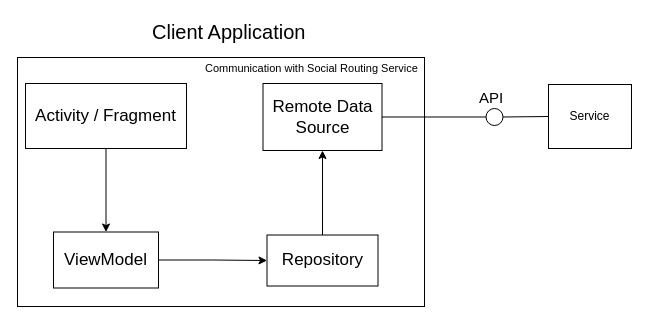
Above: system-structure/social-routing-cleint-application-structure.drawio in baltasarb/social-routing (draw.io), before the change. Source tidied: cells renumbered, new cells numbered last; positions are measured from the earlier drawing's top-left corner, leaving out a move shared by most shapes. Both pictures are drawn from the tidied source at 100%, with x=0, y=0 at pixel (17, 16).
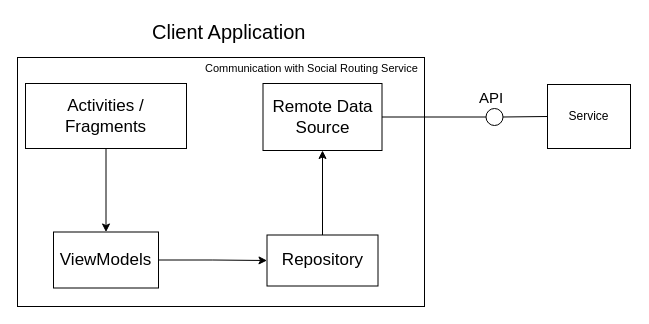
The same diagram, later.

Commit message (it also covers changes not shown here):
Update: Social Routing Client Application Structure

The edit, as a diff of the source:
```diff
@@
 <mxGraphModel>
   <root>
     <mxCell id="0" />
     <mxCell id="1" parent="0" />
     <mxCell id="2" style="rounded=0;whiteSpace=wrap;html=1;" parent="1" vertex="1">
       <mxGeometry y="41" width="407" height="249" as="geometry" />
     </mxCell>
     <mxCell id="3" value="&lt;font style=&quot;font-size: 20px&quot;&gt;Client Application&lt;/font&gt;&lt;br style=&quot;font-size: 17px&quot;&gt;" style="text;html=1;align=left;verticalAlign=top;spacingTop=-4;strokeColor=none;fillColor=none;fontSize=17;" parent="1" vertex="1">
       <mxGeometry x="132.5" y="0.5" width="164" height="21" as="geometry" />
     </mxCell>
     <mxCell id="4" value="Service" style="rounded=0;whiteSpace=wrap;html=1;strokeColor=#000000;fillColor=none;" parent="1" vertex="1">
-      <mxGeometry x="531" y="68" width="83" height="64" as="geometry" />
+      <mxGeometry x="530" y="68" width="83" height="64" as="geometry" />
     </mxCell>
     <mxCell id="5" style="ellipse;whiteSpace=wrap;html=1;strokeColor=#000000;fillColor=none;" parent="1" vertex="1">
       <mxGeometry x="468.5" y="92" width="17" height="17" as="geometry" />
     </mxCell>
     <mxCell id="6" value="&lt;font style=&quot;font-size: 15px&quot;&gt;API&lt;/font&gt;" style="text;html=1;align=left;verticalAlign=top;spacingTop=-4;strokeWidth=1;fontSize=17;" parent="1" vertex="1">
       <mxGeometry x="460" y="69" width="34" height="20" as="geometry" />
     </mxCell>
     <mxCell id="7" style="endArrow=none;html=1;fontSize=17;entryX=1;entryY=0.5;entryDx=0;entryDy=0;exitX=0;exitY=0.5;exitDx=0;exitDy=0;" parent="1" edge="1" source="4" target="5">
       <mxGeometry relative="1" as="geometry" />
     </mxCell>
     <mxCell id="8" style="edgeStyle=orthogonalEdgeStyle;rounded=0;jettySize=auto;html=1;exitX=0.5;exitY=1;exitDx=0;exitDy=0;entryX=0.5;entryY=0;entryDx=0;entryDy=0;fontSize=17;" parent="1" edge="1" source="9" target="11">
       <mxGeometry relative="1" as="geometry" />
     </mxCell>
-    <mxCell id="9" value="Activity / Fragment&lt;br&gt;" style="rounded=0;whiteSpace=wrap;html=1;strokeColor=#000000;strokeWidth=1;fillColor=none;fontSize=17;" parent="1" vertex="1">
+    <mxCell id="9" value="Activities / Fragments&lt;br&gt;" style="rounded=0;whiteSpace=wrap;html=1;strokeColor=#000000;strokeWidth=1;fillColor=none;fontSize=17;" parent="1" vertex="1">
       <mxGeometry x="8" y="67" width="161" height="65" as="geometry" />
     </mxCell>
     <mxCell id="10" style="edgeStyle=orthogonalEdgeStyle;rounded=0;jettySize=auto;html=1;entryX=0;entryY=0.5;entryDx=0;entryDy=0;fontSize=17;" parent="1" edge="1" source="11" target="13">
       <mxGeometry relative="1" as="geometry" />
     </mxCell>
-    <mxCell id="11" value="ViewModel" style="rounded=0;whiteSpace=wrap;html=1;strokeColor=#000000;strokeWidth=1;fillColor=none;fontSize=17;" parent="1" vertex="1">
+    <mxCell id="11" value="ViewModels" style="rounded=0;whiteSpace=wrap;html=1;strokeColor=#000000;strokeWidth=1;fillColor=none;fontSize=17;" parent="1" vertex="1">
       <mxGeometry x="36" y="215.5" width="105" height="56" as="geometry" />
     </mxCell>
     <mxCell id="12" style="edgeStyle=orthogonalEdgeStyle;rounded=0;jettySize=auto;html=1;entryX=0.5;entryY=1;entryDx=0;entryDy=0;fontSize=17;" parent="1" edge="1" source="13" target="14">
       <mxGeometry relative="1" as="geometry" />
     </mxCell>
     <mxCell id="13" value="Repository" style="rounded=0;whiteSpace=wrap;html=1;strokeColor=#000000;strokeWidth=1;fillColor=none;fontSize=17;" parent="1" vertex="1">
       <mxGeometry x="249.5" y="218.5" width="111" height="51" as="geometry" />
     </mxCell>
     <mxCell id="14" value="Remote Data Source" style="rounded=0;whiteSpace=wrap;html=1;strokeColor=#000000;strokeWidth=1;fillColor=none;fontSize=17;" parent="1" vertex="1">
       <mxGeometry x="245.5" y="67" width="119" height="67" as="geometry" />
     </mxCell>
     <mxCell id="15" style="endArrow=none;html=1;fontSize=17;entryX=0;entryY=0.5;entryDx=0;entryDy=0;exitX=1;exitY=0.5;exitDx=0;exitDy=0;" parent="1" edge="1" source="14" target="5">
       <mxGeometry relative="1" as="geometry" />
     </mxCell>
     <mxCell id="16" value="&lt;font style=&quot;font-size: 11px&quot;&gt;Communication with Social Routing Service&lt;/font&gt;&lt;br&gt;" style="text;html=1;align=left;verticalAlign=top;spacingTop=-4;fontSize=17;" parent="1" vertex="1">
       <mxGeometry x="185.5" y="37.5" width="222" height="22" as="geometry" />
     </mxCell>
   </root>
 </mxGraphModel>
```
